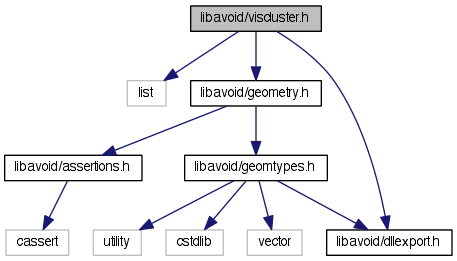
mjwybrow/adaptagrams keeps this Graphviz diagram as documentation/viscluster_8h__incl.png. Above is the earlier version. Its source is kept beside it as documentation/viscluster_8h__incl.dot. Its diagram source:
```dot
digraph "libavoid/viscluster.h"
{
  edge [fontname="Helvetica",fontsize="10",labelfontname="Helvetica",labelfontsize="10"];
  node [fontname="Helvetica",fontsize="10",shape=record];
  Node1 [label="libavoid/viscluster.h",height=0.2,width=0.4,color="black", fillcolor="grey75", style="filled" fontcolor="black"];
  Node1 -> Node2 [color="midnightblue",fontsize="10",style="solid",fontname="Helvetica"];
  Node2 [label="list",height=0.2,width=0.4,color="grey75", fillcolor="white", style="filled"];
  Node1 -> Node3 [color="midnightblue",fontsize="10",style="solid",fontname="Helvetica"];
  Node3 [label="libavoid/geometry.h",height=0.2,width=0.4,color="black", fillcolor="white", style="filled",URL="$geometry_8h_source.html"];
  Node3 -> Node4 [color="midnightblue",fontsize="10",style="solid",fontname="Helvetica"];
  Node4 [label="libavoid/geomtypes.h",height=0.2,width=0.4,color="black", fillcolor="white", style="filled",URL="$geomtypes_8h.html",tooltip="Contains the interface for various geometry types and classes."];
  Node4 -> Node5 [color="midnightblue",fontsize="10",style="solid",fontname="Helvetica"];
  Node5 [label="cstdlib",height=0.2,width=0.4,color="grey75", fillcolor="white", style="filled"];
  Node4 -> Node6 [color="midnightblue",fontsize="10",style="solid",fontname="Helvetica"];
  Node6 [label="vector",height=0.2,width=0.4,color="grey75", fillcolor="white", style="filled"];
  Node4 -> Node7 [color="midnightblue",fontsize="10",style="solid",fontname="Helvetica"];
  Node7 [label="utility",height=0.2,width=0.4,color="grey75", fillcolor="white", style="filled"];
  Node4 -> Node8 [color="midnightblue",fontsize="10",style="solid",fontname="Helvetica"];
  Node8 [label="libavoid/dllexport.h",height=0.2,width=0.4,color="black", fillcolor="white", style="filled",URL="$dllexport_8h_source.html"];
  Node3 -> Node9 [color="midnightblue",fontsize="10",style="solid",fontname="Helvetica"];
  Node9 [label="libavoid/assertions.h",height=0.2,width=0.4,color="black", fillcolor="white", style="filled",URL="$libavoid_2assertions_8h_source.html"];
  Node9 -> Node10 [color="midnightblue",fontsize="10",style="solid",fontname="Helvetica"];
  Node10 [label="cassert",height=0.2,width=0.4,color="grey75", fillcolor="white", style="filled"];
  Node1 -> Node8 [color="midnightblue",fontsize="10",style="solid",fontname="Helvetica"];
}
```
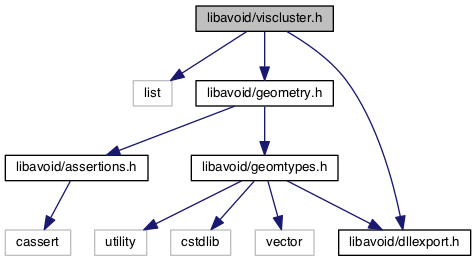
After the commit.

What changed in the source:
```diff
@@ -2,13 +2,13 @@
 {
   edge [fontname="Helvetica",fontsize="10",labelfontname="Helvetica",labelfontsize="10"];
   node [fontname="Helvetica",fontsize="10",shape=record];
-  Node1 [label="libavoid/viscluster.h",height=0.2,width=0.4,color="black", fillcolor="grey75", style="filled" fontcolor="black"];
+  Node1 [label="libavoid/viscluster.h",height=0.2,width=0.4,color="black", fillcolor="grey75", style="filled", fontcolor="black"];
   Node1 -> Node2 [color="midnightblue",fontsize="10",style="solid",fontname="Helvetica"];
   Node2 [label="list",height=0.2,width=0.4,color="grey75", fillcolor="white", style="filled"];
   Node1 -> Node3 [color="midnightblue",fontsize="10",style="solid",fontname="Helvetica"];
   Node3 [label="libavoid/geometry.h",height=0.2,width=0.4,color="black", fillcolor="white", style="filled",URL="$geometry_8h_source.html"];
   Node3 -> Node4 [color="midnightblue",fontsize="10",style="solid",fontname="Helvetica"];
-  Node4 [label="libavoid/geomtypes.h",height=0.2,width=0.4,color="black", fillcolor="white", style="filled",URL="$geomtypes_8h.html",tooltip="Contains the interface for various geometry types and classes."];
+  Node4 [label="libavoid/geomtypes.h",height=0.2,width=0.4,color="black", fillcolor="white", style="filled",URL="$geomtypes_8h.html",tooltip="Contains the interface for various geometry types and classes. "];
   Node4 -> Node5 [color="midnightblue",fontsize="10",style="solid",fontname="Helvetica"];
   Node5 [label="cstdlib",height=0.2,width=0.4,color="grey75", fillcolor="white", style="filled"];
   Node4 -> Node6 [color="midnightblue",fontsize="10",style="solid",fontname="Helvetica"];
```
